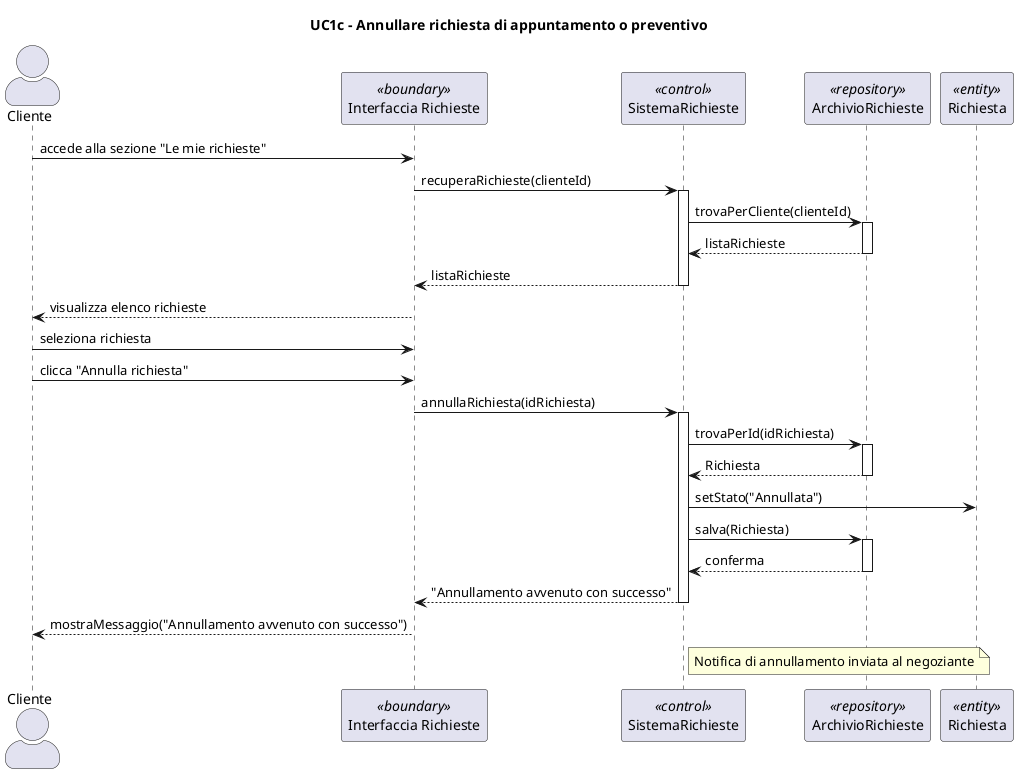
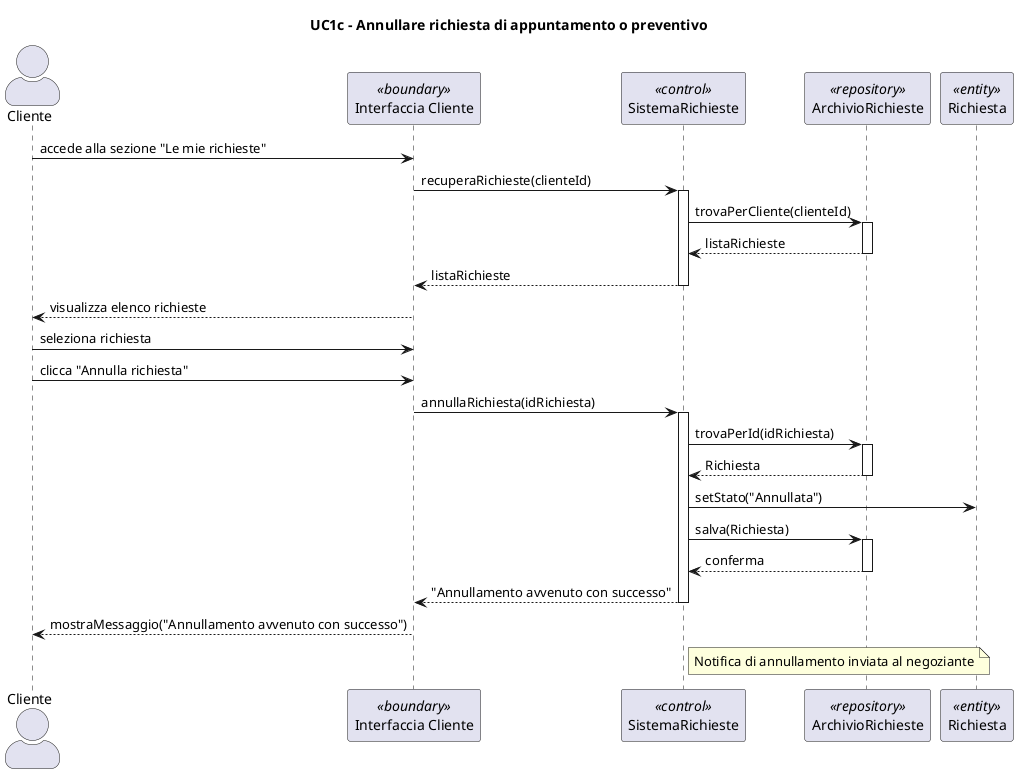
@startuml

skinparam actorStyle awesome
title UC1c - Annullare richiesta di appuntamento o preventivo

actor Cliente
- participant "Interfaccia Richieste" as UI <<boundary>>
+ participant "Interfaccia Cliente" as UI <<boundary>>
participant "SistemaRichieste" as S <<control>>
participant "ArchivioRichieste" as Repo <<repository>>
participant "Richiesta" as R <<entity>>

Cliente -> UI : accede alla sezione "Le mie richieste"
UI -> S : recuperaRichieste(clienteId)
activate S

S -> Repo : trovaPerCliente(clienteId)
activate Repo
Repo --> S : listaRichieste
deactivate Repo

S --> UI : listaRichieste
deactivate S
UI --> Cliente : visualizza elenco richieste

Cliente -> UI : seleziona richiesta
Cliente -> UI : clicca "Annulla richiesta"
UI -> S : annullaRichiesta(idRichiesta)
activate S

S -> Repo : trovaPerId(idRichiesta)
activate Repo
Repo --> S : Richiesta
deactivate Repo

S -> R : setStato("Annullata")

S -> Repo : salva(Richiesta)
activate Repo
Repo --> S : conferma
deactivate Repo

S --> UI : "Annullamento avvenuto con successo"
deactivate S

UI --> Cliente : mostraMessaggio("Annullamento avvenuto con successo")

note right of S
Notifica di annullamento inviata al negoziante
end note

@enduml
